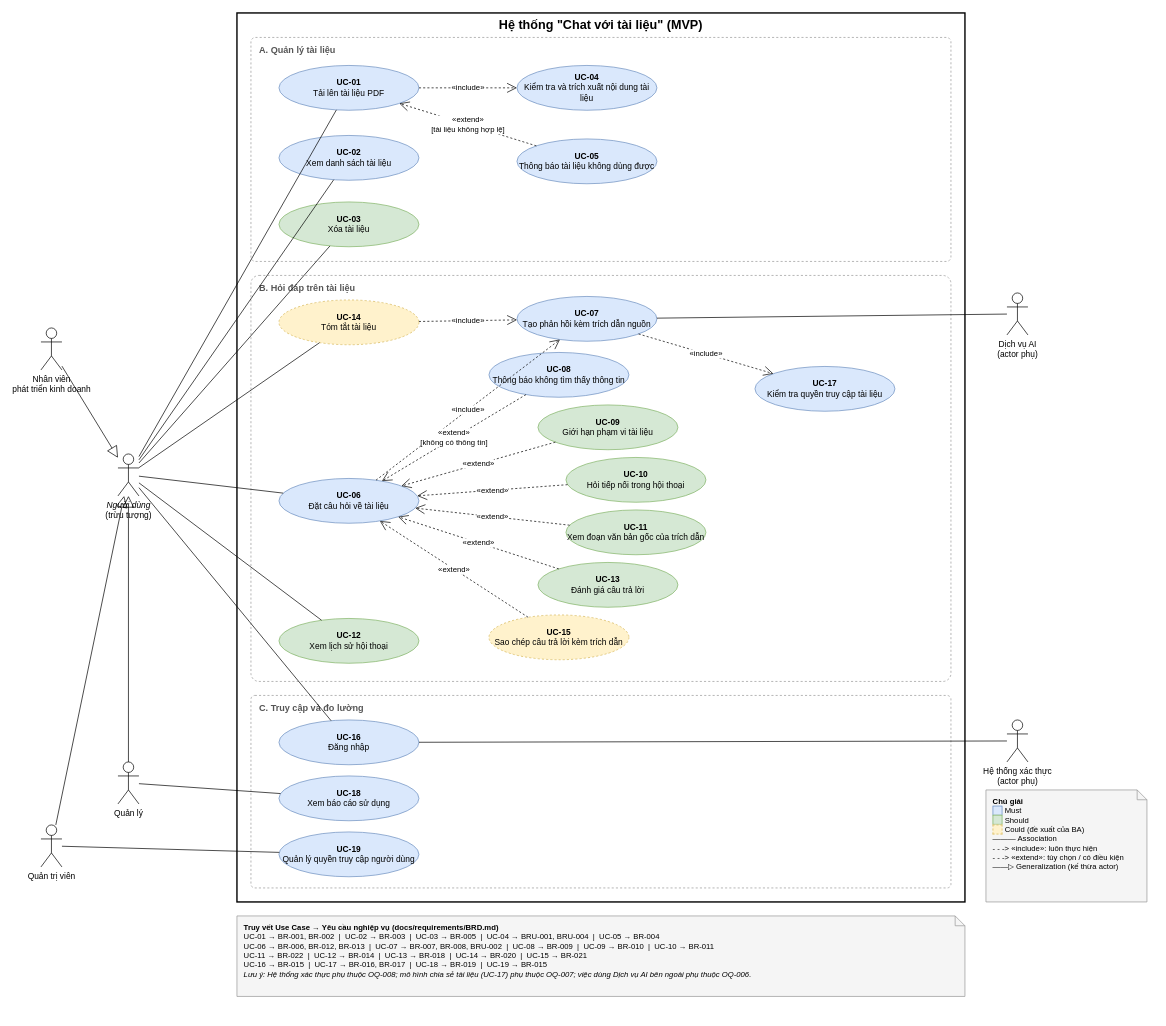
Before: docs/requirements/UseCase_ChatVoiTaiLieu.drawio in Nguoidinguocgio/chat-vs-document, a draw.io diagram. Source tidied: cells renumbered, new cells numbered last; positions are measured from the earlier drawing's top-left corner, leaving out a move shared by most shapes. Both pictures are drawn from the tidied source at 70%, with x=0, y=0 at pixel (41, 13).
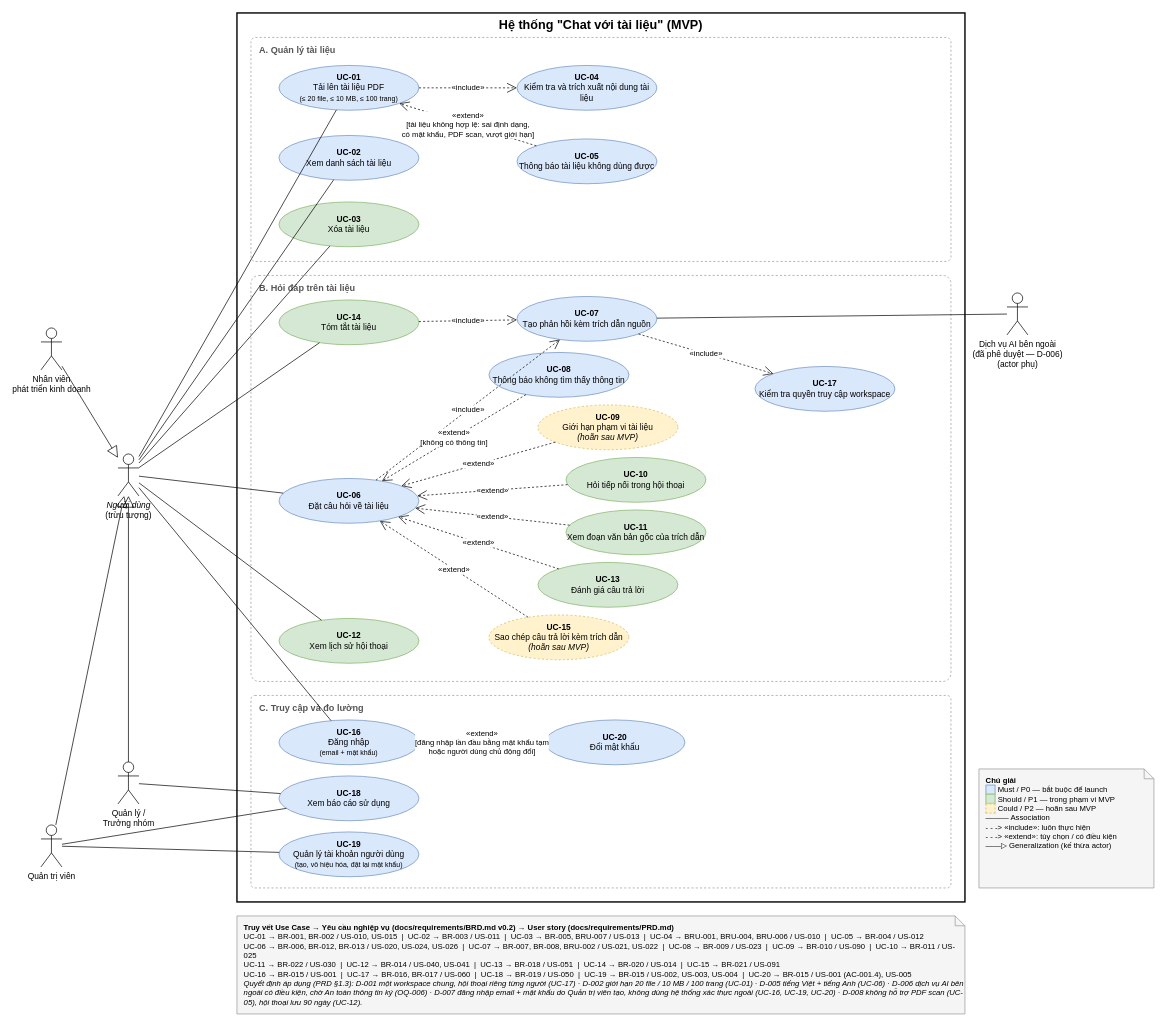
The same page after the edit.

The change refers to these unchanged cells:
```xml
<mxCell id="9" value="Quản trị viên" style="shape=umlActor;verticalLabelPosition=bottom;verticalAlign=top;html=1;outlineConnect=0;fontSize=12;" parent="1" vertex="1">
  <mxGeometry y="1160" width="30" height="60" as="geometry" />
</mxCell>
<mxCell id="16" value="&lt;b&gt;UC-05&lt;/b&gt;&lt;br&gt;Thông báo tài liệu không dùng được" style="ellipse;whiteSpace=wrap;html=1;fillColor=#dae8fc;strokeColor=#6c8ebf;fontSize=12;" parent="1" vertex="1">
  <mxGeometry x="680" y="180" width="200" height="64" as="geometry" />
</mxCell>
<mxCell id="29" value="&lt;b&gt;UC-18&lt;/b&gt;&lt;br&gt;Xem báo cáo sử dụng" style="ellipse;whiteSpace=wrap;html=1;fillColor=#dae8fc;strokeColor=#6c8ebf;fontSize=12;" parent="1" vertex="1">
  <mxGeometry x="340" y="1090" width="200" height="64" as="geometry" />
</mxCell>
```

Diff of the diagram source:
```diff
@@
-    <mxCell id="8" value="Quản lý" style="shape=umlActor;verticalLabelPosition=bottom;verticalAlign=top;html=1;outlineConnect=0;fontSize=12;" parent="1" vertex="1">
+    <mxCell id="8" value="Quản lý /&lt;br&gt;Trưởng nhóm" style="shape=umlActor;verticalLabelPosition=bottom;verticalAlign=top;html=1;outlineConnect=0;fontSize=12;" parent="1" vertex="1">
       <mxGeometry x="110" y="1070" width="30" height="60" as="geometry" />
     </mxCell>
@@
-    <mxCell id="10" value="Dịch vụ AI&lt;br&gt;(actor phụ)" style="shape=umlActor;verticalLabelPosition=bottom;verticalAlign=top;html=1;outlineConnect=0;fontSize=12;" parent="1" vertex="1">
+    <mxCell id="10" value="Dịch vụ AI bên ngoài&lt;br&gt;(đã phê duyệt — D-006)&lt;br&gt;(actor phụ)" style="shape=umlActor;verticalLabelPosition=bottom;verticalAlign=top;html=1;outlineConnect=0;fontSize=12;" parent="1" vertex="1">
       <mxGeometry x="1380" y="400" width="30" height="60" as="geometry" />
     </mxCell>
-    <mxCell id="11" value="Hệ thống xác thực&lt;br&gt;(actor phụ)" style="shape=umlActor;verticalLabelPosition=bottom;verticalAlign=top;html=1;outlineConnect=0;fontSize=12;" parent="1" vertex="1">
-      <mxGeometry x="1380" y="1010" width="30" height="60" as="geometry" />
-    </mxCell>
-    <mxCell id="12" value="&lt;b&gt;UC-01&lt;/b&gt;&lt;br&gt;Tải lên tài liệu PDF" style="ellipse;whiteSpace=wrap;html=1;fillColor=#dae8fc;strokeColor=#6c8ebf;fontSize=12;" parent="1" vertex="1">
+    <mxCell id="12" value="&lt;b&gt;UC-01&lt;/b&gt;&lt;br&gt;Tải lên tài liệu PDF&lt;br&gt;&lt;font style=&quot;font-size:10px&quot;&gt;(≤ 20 file, ≤ 10 MB, ≤ 100 trang)&lt;/font&gt;" style="ellipse;whiteSpace=wrap;html=1;fillColor=#dae8fc;strokeColor=#6c8ebf;fontSize=12;" parent="1" vertex="1">
       <mxGeometry x="340" y="75" width="200" height="64" as="geometry" />
     </mxCell>
@@
-    <mxCell id="17" value="&lt;b&gt;UC-14&lt;/b&gt;&lt;br&gt;Tóm tắt tài liệu" style="ellipse;whiteSpace=wrap;html=1;fillColor=#fff2cc;strokeColor=#d6b656;dashed=1;fontSize=12;" parent="1" vertex="1">
+    <mxCell id="17" value="&lt;b&gt;UC-14&lt;/b&gt;&lt;br&gt;Tóm tắt tài liệu" style="ellipse;whiteSpace=wrap;html=1;fillColor=#d5e8d4;strokeColor=#82b366;fontSize=12;" parent="1" vertex="1">
       <mxGeometry x="340" y="410" width="200" height="64" as="geometry" />
     </mxCell>
@@
-    <mxCell id="19" value="&lt;b&gt;UC-17&lt;/b&gt;&lt;br&gt;Kiểm tra quyền truy cập tài liệu" style="ellipse;whiteSpace=wrap;html=1;fillColor=#dae8fc;strokeColor=#6c8ebf;fontSize=12;" parent="1" vertex="1">
+    <mxCell id="19" value="&lt;b&gt;UC-17&lt;/b&gt;&lt;br&gt;Kiểm tra quyền truy cập workspace" style="ellipse;whiteSpace=wrap;html=1;fillColor=#dae8fc;strokeColor=#6c8ebf;fontSize=12;" parent="1" vertex="1">
       <mxGeometry x="1020" y="505" width="200" height="64" as="geometry" />
     </mxCell>
@@
-    <mxCell id="22" value="&lt;b&gt;UC-09&lt;/b&gt;&lt;br&gt;Giới hạn phạm vi tài liệu" style="ellipse;whiteSpace=wrap;html=1;fillColor=#d5e8d4;strokeColor=#82b366;fontSize=12;" parent="1" vertex="1">
+    <mxCell id="22" value="&lt;b&gt;UC-09&lt;/b&gt;&lt;br&gt;Giới hạn phạm vi tài liệu&lt;br&gt;&lt;i&gt;(hoãn sau MVP)&lt;/i&gt;" style="ellipse;whiteSpace=wrap;html=1;fillColor=#fff2cc;strokeColor=#d6b656;dashed=1;fontSize=12;" parent="1" vertex="1">
       <mxGeometry x="710" y="560" width="200" height="64" as="geometry" />
     </mxCell>
@@
-    <mxCell id="26" value="&lt;b&gt;UC-15&lt;/b&gt;&lt;br&gt;Sao chép câu trả lời kèm trích dẫn" style="ellipse;whiteSpace=wrap;html=1;fillColor=#fff2cc;strokeColor=#d6b656;dashed=1;fontSize=12;" parent="1" vertex="1">
+    <mxCell id="26" value="&lt;b&gt;UC-15&lt;/b&gt;&lt;br&gt;Sao chép câu trả lời kèm trích dẫn&lt;br&gt;&lt;i&gt;(hoãn sau MVP)&lt;/i&gt;" style="ellipse;whiteSpace=wrap;html=1;fillColor=#fff2cc;strokeColor=#d6b656;dashed=1;fontSize=12;" parent="1" vertex="1">
       <mxGeometry x="640" y="860" width="200" height="64" as="geometry" />
     </mxCell>
@@
-    <mxCell id="28" value="&lt;b&gt;UC-16&lt;/b&gt;&lt;br&gt;Đăng nhập" style="ellipse;whiteSpace=wrap;html=1;fillColor=#dae8fc;strokeColor=#6c8ebf;fontSize=12;" parent="1" vertex="1">
+    <mxCell id="28" value="&lt;b&gt;UC-16&lt;/b&gt;&lt;br&gt;Đăng nhập&lt;br&gt;&lt;font style=&quot;font-size:10px&quot;&gt;(email + mật khẩu)&lt;/font&gt;" style="ellipse;whiteSpace=wrap;html=1;fillColor=#dae8fc;strokeColor=#6c8ebf;fontSize=12;" parent="1" vertex="1">
       <mxGeometry x="340" y="1010" width="200" height="64" as="geometry" />
     </mxCell>
@@
-    <mxCell id="30" value="&lt;b&gt;UC-19&lt;/b&gt;&lt;br&gt;Quản lý quyền truy cập người dùng" style="ellipse;whiteSpace=wrap;html=1;fillColor=#dae8fc;strokeColor=#6c8ebf;fontSize=12;" parent="1" vertex="1">
+    <mxCell id="30" value="&lt;b&gt;UC-19&lt;/b&gt;&lt;br&gt;Quản lý tài khoản người dùng&lt;br&gt;&lt;font style=&quot;font-size:10px&quot;&gt;(tạo, vô hiệu hóa, đặt lại mật khẩu)&lt;/font&gt;" style="ellipse;whiteSpace=wrap;html=1;fillColor=#dae8fc;strokeColor=#6c8ebf;fontSize=12;" parent="1" vertex="1">
       <mxGeometry x="340" y="1170" width="200" height="64" as="geometry" />
     </mxCell>
+    <mxCell id="58" value="&lt;b&gt;UC-20&lt;/b&gt;&lt;br&gt;Đổi mật khẩu" style="ellipse;whiteSpace=wrap;html=1;fillColor=#dae8fc;strokeColor=#6c8ebf;fontSize=12;" parent="1" vertex="1">
+      <mxGeometry x="720" y="1010" width="200" height="64" as="geometry" />
+    </mxCell>
@@
-    <mxCell id="44" style="endArrow=none;html=1;rounded=0;" parent="1" edge="1" source="28" target="11">
-      <mxGeometry relative="1" as="geometry" />
-    </mxCell>
+    <mxCell id="59" style="endArrow=none;html=1;rounded=0;" parent="1" edge="1" source="9" target="29">
+      <mxGeometry relative="1" as="geometry" />
+    </mxCell>
@@
-    <mxCell id="49" value="«extend»&lt;br&gt;[tài liệu không hợp lệ]" style="endArrow=open;endSize=12;dashed=1;html=1;rounded=0;fontSize=11;labelBackgroundColor=#ffffff;" parent="1" edge="1" source="16" target="12">
+    <mxCell id="49" value="«extend»&lt;br&gt;[tài liệu không hợp lệ: sai định dạng,&lt;br&gt;có mật khẩu, PDF scan, vượt giới hạn]" style="endArrow=open;endSize=12;dashed=1;html=1;rounded=0;fontSize=11;labelBackgroundColor=#ffffff;" parent="1" edge="1" source="16" target="12">
       <mxGeometry relative="1" as="geometry" />
     </mxCell>
@@
+    <mxCell id="60" value="«extend»&lt;br&gt;[đăng nhập lần đầu bằng mật khẩu tạm&lt;br&gt;hoặc người dùng chủ động đổi]" style="endArrow=open;endSize=12;dashed=1;html=1;rounded=0;fontSize=11;labelBackgroundColor=#ffffff;" parent="1" edge="1" source="58" target="28">
+      <mxGeometry relative="1" as="geometry" />
+    </mxCell>
-    <mxCell id="56" value="&lt;b&gt;Chú giải&lt;/b&gt;&lt;br&gt;&lt;span style=&quot;background:#dae8fc;border:1px solid #6c8ebf&quot;&gt;&amp;nbsp;&amp;nbsp;&amp;nbsp;&amp;nbsp;&lt;/span&gt; Must&lt;br&gt;&lt;span style=&quot;background:#d5e8d4;border:1px solid #82b366&quot;&gt;&amp;nbsp;&amp;nbsp;&amp;nbsp;&amp;nbsp;&lt;/span&gt; Should&lt;br&gt;&lt;span style=&quot;background:#fff2cc;border:1px dashed #d6b656&quot;&gt;&amp;nbsp;&amp;nbsp;&amp;nbsp;&amp;nbsp;&lt;/span&gt; Could (đề xuất của BA)&lt;br&gt;———  Association&lt;br&gt;- - -&amp;gt;  «include»: luôn thực hiện&lt;br&gt;- - -&amp;gt;  «extend»: tùy chọn / có điều kiện&lt;br&gt;——▷  Generalization (kế thừa actor)" style="shape=note;whiteSpace=wrap;html=1;size=14;align=left;verticalAlign=top;spacingLeft=8;spacingTop=4;fillColor=#f5f5f5;strokeColor=#999999;fontSize=11;" parent="1" vertex="1">
-      <mxGeometry x="1350" y="1110" width="230" height="160" as="geometry" />
+    <mxCell id="56" value="&lt;b&gt;Chú giải&lt;/b&gt;&lt;br&gt;&lt;span style=&quot;background:#dae8fc;border:1px solid #6c8ebf&quot;&gt;&amp;nbsp;&amp;nbsp;&amp;nbsp;&amp;nbsp;&lt;/span&gt; Must / P0 — bắt buộc để launch&lt;br&gt;&lt;span style=&quot;background:#d5e8d4;border:1px solid #82b366&quot;&gt;&amp;nbsp;&amp;nbsp;&amp;nbsp;&amp;nbsp;&lt;/span&gt; Should / P1 — trong phạm vi MVP&lt;br&gt;&lt;span style=&quot;background:#fff2cc;border:1px dashed #d6b656&quot;&gt;&amp;nbsp;&amp;nbsp;&amp;nbsp;&amp;nbsp;&lt;/span&gt; Could / P2 — hoãn sau MVP&lt;br&gt;———  Association&lt;br&gt;- - -&amp;gt;  «include»: luôn thực hiện&lt;br&gt;- - -&amp;gt;  «extend»: tùy chọn / có điều kiện&lt;br&gt;——▷  Generalization (kế thừa actor)" style="shape=note;whiteSpace=wrap;html=1;size=14;align=left;verticalAlign=top;spacingLeft=8;spacingTop=4;fillColor=#f5f5f5;strokeColor=#999999;fontSize=11;" parent="1" vertex="1">
+      <mxGeometry x="1340" y="1080" width="250" height="170" as="geometry" />
     </mxCell>
-    <mxCell id="57" value="&lt;b&gt;Truy vết Use Case → Yêu cầu nghiệp vụ (docs/requirements/BRD.md)&lt;/b&gt;&lt;br&gt;UC-01 → BR-001, BR-002 &amp;nbsp;|&amp;nbsp; UC-02 → BR-003 &amp;nbsp;|&amp;nbsp; UC-03 → BR-005 &amp;nbsp;|&amp;nbsp; UC-04 → BRU-001, BRU-004 &amp;nbsp;|&amp;nbsp; UC-05 → BR-004&lt;br&gt;UC-06 → BR-006, BR-012, BR-013 &amp;nbsp;|&amp;nbsp; UC-07 → BR-007, BR-008, BRU-002 &amp;nbsp;|&amp;nbsp; UC-08 → BR-009 &amp;nbsp;|&amp;nbsp; UC-09 → BR-010 &amp;nbsp;|&amp;nbsp; UC-10 → BR-011&lt;br&gt;UC-11 → BR-022 &amp;nbsp;|&amp;nbsp; UC-12 → BR-014 &amp;nbsp;|&amp;nbsp; UC-13 → BR-018 &amp;nbsp;|&amp;nbsp; UC-14 → BR-020 &amp;nbsp;|&amp;nbsp; UC-15 → BR-021&lt;br&gt;UC-16 → BR-015 &amp;nbsp;|&amp;nbsp; UC-17 → BR-016, BR-017 &amp;nbsp;|&amp;nbsp; UC-18 → BR-019 &amp;nbsp;|&amp;nbsp; UC-19 → BR-015&lt;br&gt;&lt;i&gt;Lưu ý: Hệ thống xác thực phụ thuộc OQ-008; mô hình chia sẻ tài liệu (UC-17) phụ thuộc OQ-007; việc dùng Dịch vụ AI bên ngoài phụ thuộc OQ-006.&lt;/i&gt;" style="shape=note;whiteSpace=wrap;html=1;size=14;align=left;verticalAlign=top;spacingLeft=8;spacingTop=4;fillColor=#f5f5f5;strokeColor=#999999;fontSize=11;" parent="1" vertex="1">
-      <mxGeometry x="280" y="1290" width="1040" height="115" as="geometry" />
+    <mxCell id="57" value="&lt;b&gt;Truy vết Use Case → Yêu cầu nghiệp vụ (docs/requirements/BRD.md v0.2) → User story (docs/requirements/PRD.md)&lt;/b&gt;&lt;br&gt;UC-01 → BR-001, BR-002 / US-010, US-015 &amp;nbsp;|&amp;nbsp; UC-02 → BR-003 / US-011 &amp;nbsp;|&amp;nbsp; UC-03 → BR-005, BRU-007 / US-013 &amp;nbsp;|&amp;nbsp; UC-04 → BRU-001, BRU-004, BRU-006 / US-010 &amp;nbsp;|&amp;nbsp; UC-05 → BR-004 / US-012&lt;br&gt;UC-06 → BR-006, BR-012, BR-013 / US-020, US-024, US-026 &amp;nbsp;|&amp;nbsp; UC-07 → BR-007, BR-008, BRU-002 / US-021, US-022 &amp;nbsp;|&amp;nbsp; UC-08 → BR-009 / US-023 &amp;nbsp;|&amp;nbsp; UC-09 → BR-010 / US-090 &amp;nbsp;|&amp;nbsp; UC-10 → BR-011 / US-025&lt;br&gt;UC-11 → BR-022 / US-030 &amp;nbsp;|&amp;nbsp; UC-12 → BR-014 / US-040, US-041 &amp;nbsp;|&amp;nbsp; UC-13 → BR-018 / US-051 &amp;nbsp;|&amp;nbsp; UC-14 → BR-020 / US-014 &amp;nbsp;|&amp;nbsp; UC-15 → BR-021 / US-091&lt;br&gt;UC-16 → BR-015 / US-001 &amp;nbsp;|&amp;nbsp; UC-17 → BR-016, BR-017 / US-060 &amp;nbsp;|&amp;nbsp; UC-18 → BR-019 / US-050 &amp;nbsp;|&amp;nbsp; UC-19 → BR-015 / US-002, US-003, US-004 &amp;nbsp;|&amp;nbsp; UC-20 → BR-015 / US-001 (AC-001.4), US-005&lt;br&gt;&lt;i&gt;Quyết định áp dụng (PRD §1.3): D-001 một workspace chung, hội thoại riêng từng người (UC-17) · D-002 giới hạn 20 file / 10 MB / 100 trang (UC-01) · D-005 tiếng Việt + tiếng Anh (UC-06) · D-006 dịch vụ AI bên ngoài có điều kiện, chờ An toàn thông tin ký (OQ-006) · D-007 đăng nhập email + mật khẩu do Quản trị viên tạo, không dùng hệ thống xác thực ngoài (UC-16, UC-19, UC-20) · D-008 không hỗ trợ PDF scan (UC-05), hội thoại lưu 90 ngày (UC-12).&lt;/i&gt;" style="shape=note;whiteSpace=wrap;html=1;size=14;align=left;verticalAlign=top;spacingLeft=8;spacingTop=4;fillColor=#f5f5f5;strokeColor=#999999;fontSize=11;" parent="1" vertex="1">
+      <mxGeometry x="280" y="1290" width="1040" height="140" as="geometry" />
     </mxCell>
```
